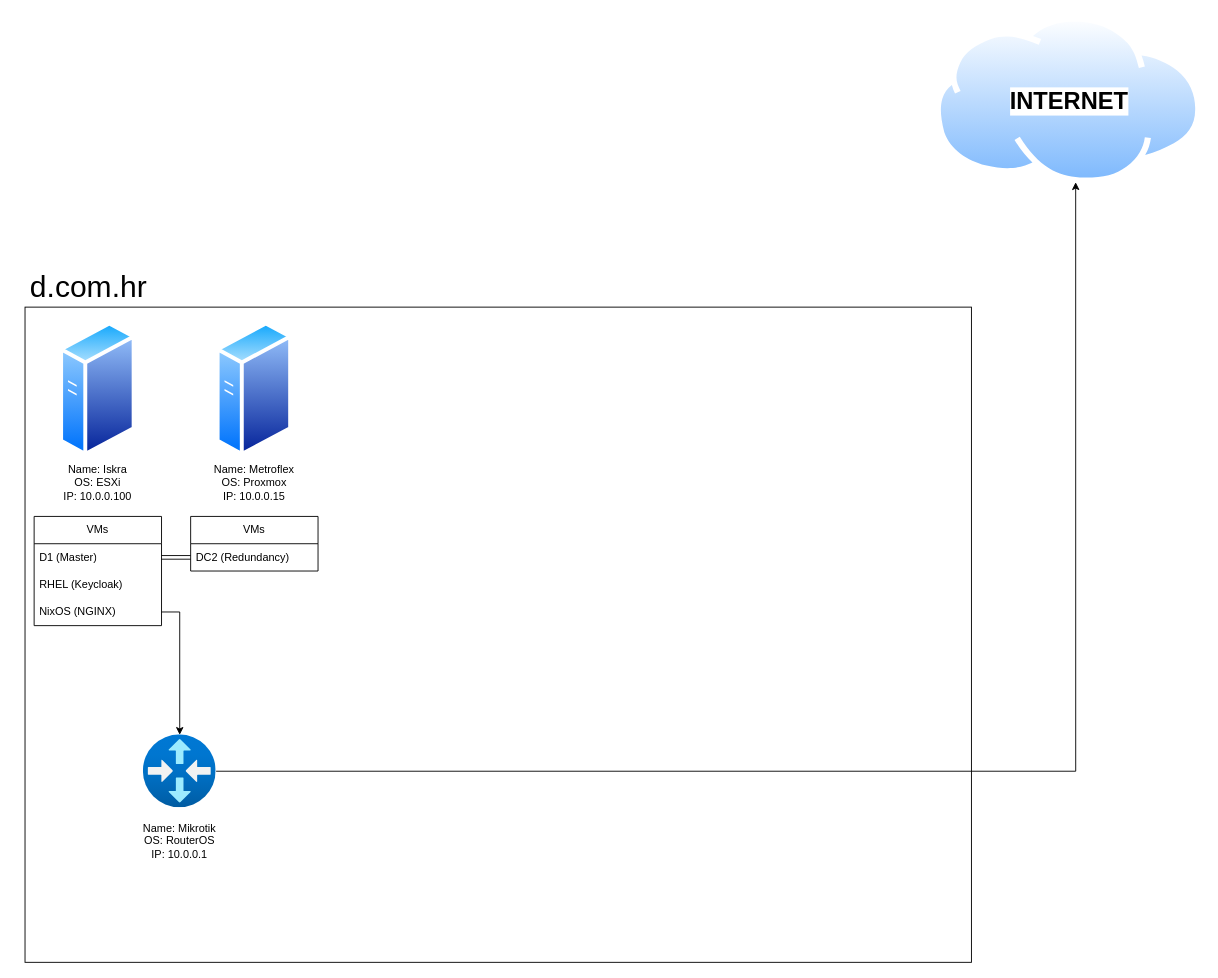
LukaCafuka/Diagrams-TiPK keeps this draw.io diagram as asbp_projekt.drawio. Above is the earlier version. Source tidied: cells renumbered, new cells numbered last; positions are measured from the earlier drawing's top-left corner, leaving out a move shared by most shapes. Both pictures are drawn from the tidied source at 91%, with x=0, y=0 at pixel (15, 15).
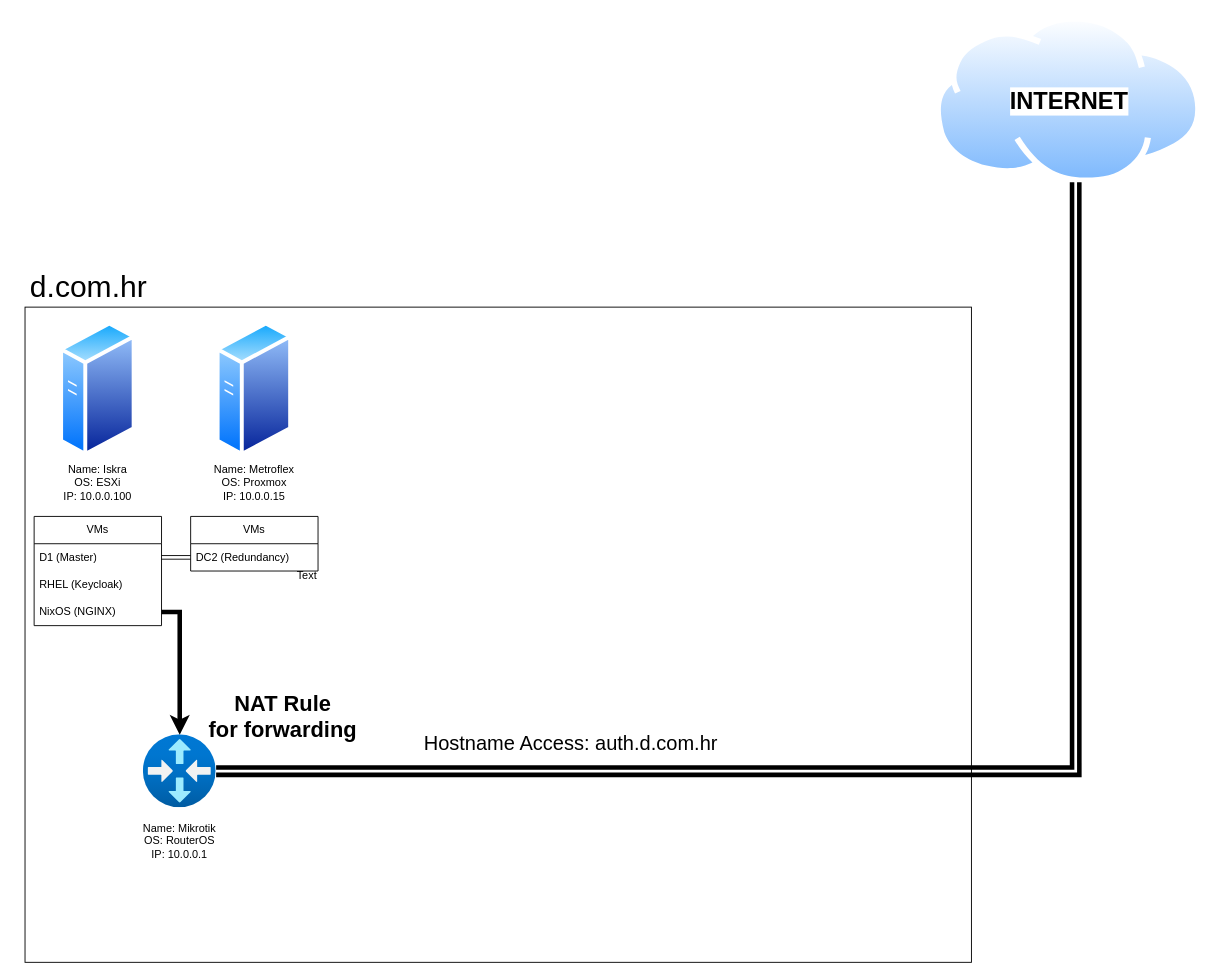
After the change.

Unchanged cells that the change refers to:
```xml
<mxCell id="2" value="&lt;font style=&quot;font-size: 26px;&quot;&gt;&lt;b&gt;INTERNET&lt;/b&gt;&lt;/font&gt;" style="image;perimeter=ellipsePerimeter;html=1;align=center;shadow=0;dashed=0;spacingTop=3;image=img/lib/active_directory/internet_cloud.svg;labelPosition=center;verticalLabelPosition=middle;verticalAlign=middle;" parent="1" vertex="1">
  <mxGeometry x="1010" width="293.3" height="184.8" as="geometry" />
</mxCell>
<mxCell id="14" value="NixOS (NGINX)" style="text;strokeColor=none;fillColor=none;align=left;verticalAlign=middle;spacingLeft=4;spacingRight=4;overflow=hidden;points=[[0,0.5],[1,0.5]];portConstraint=eastwest;whiteSpace=wrap;html=1;" parent="11" vertex="1">
  <mxGeometry y="90" width="140" height="30" as="geometry" />
</mxCell>
<mxCell id="16" style="image;html=1;points=[];align=center;fontSize=12;image=img/lib/azure2/networking/Virtual_Router.svg;" parent="1" vertex="1">
  <mxGeometry x="140" y="790" width="80" height="80" as="geometry" />
</mxCell>
```

Change to the diagram source:
```diff
@@
-    <mxCell id="18" style="edgeStyle=orthogonalEdgeStyle;rounded=0;jettySize=auto;html=1;" parent="1" edge="1" source="14" target="16">
+    <mxCell id="18" style="edgeStyle=orthogonalEdgeStyle;rounded=0;jettySize=auto;html=1;strokeWidth=5;" parent="1" edge="1" source="14" target="16">
       <mxGeometry relative="1" as="geometry" />
     </mxCell>
-    <mxCell id="19" style="edgeStyle=orthogonalEdgeStyle;rounded=0;jettySize=auto;html=1;entryX=0.527;entryY=0.989;entryDx=0;entryDy=0;entryPerimeter=0;" parent="1" edge="1" source="16" target="2">
+    <mxCell id="19" style="rounded=0;jettySize=auto;html=1;entryX=0.527;entryY=0.989;entryDx=0;entryDy=0;entryPerimeter=0;edgeStyle=orthogonalEdgeStyle;strokeWidth=5;shape=link;" parent="1" edge="1" source="16" target="2">
       <mxGeometry relative="1" as="geometry" />
     </mxCell>
+    <mxCell id="20" value="Text" style="text;html=1;align=center;verticalAlign=middle;whiteSpace=wrap;rounded=0;" parent="1" vertex="1">
+      <mxGeometry x="290" y="600" width="60" height="30" as="geometry" />
+    </mxCell>
+    <mxCell id="21" value="Hostname Access: auth.d.com.hr" style="text;html=1;align=center;verticalAlign=middle;whiteSpace=wrap;rounded=0;fontSize=22;" parent="1" vertex="1">
+      <mxGeometry x="220" y="780" width="780" height="40" as="geometry" />
+    </mxCell>
+    <mxCell id="22" value="NAT Rule&lt;div&gt;for forwarding&lt;/div&gt;" style="text;strokeColor=none;fillColor=none;html=1;fontSize=24;fontStyle=1;verticalAlign=middle;align=center;" parent="1" vertex="1">
+      <mxGeometry x="200" y="730" width="186" height="80" as="geometry" />
+    </mxCell>
```
